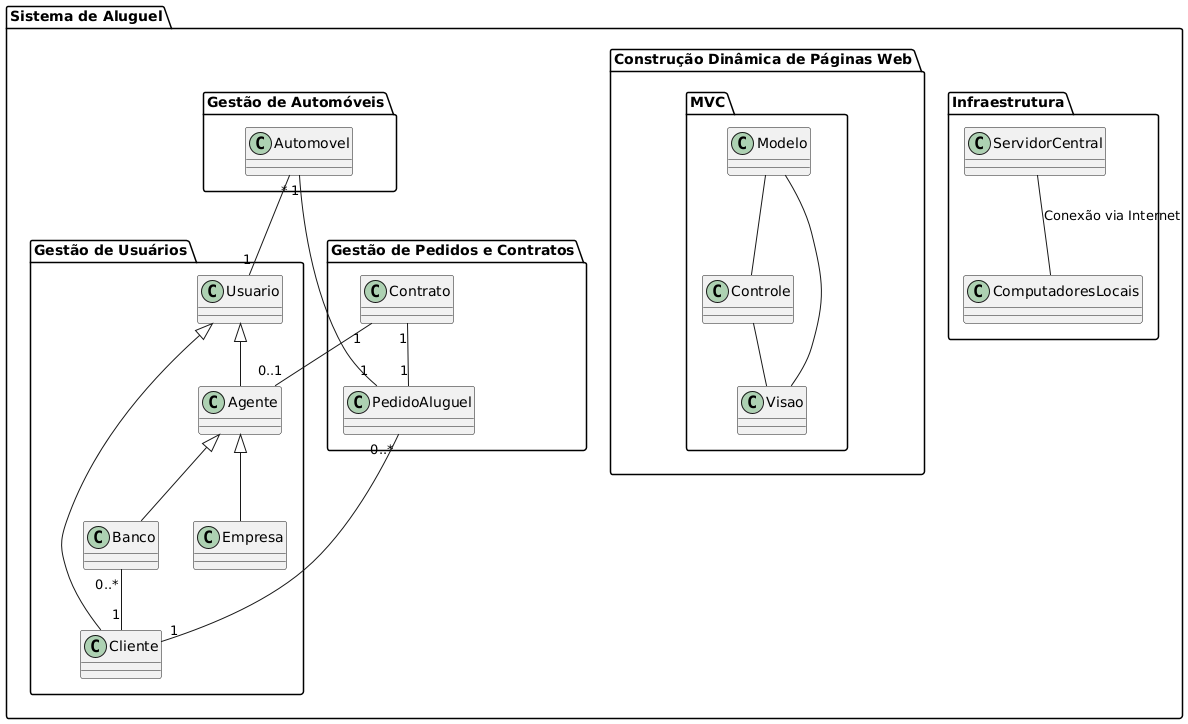
Earlier version of the PlantUML export project/img/packagediagram.png (iannovais/LDS-aluguel-de-veiculos). The source it was exported from:
```plantuml
@startuml
package "Sistema de Aluguel" {
    package "Gestão de Pedidos e Contratos" {
        class PedidoAluguel
        class Contrato
    }

    package "Gestão de Automóveis" {
        class Automovel
    }

    package "Gestão de Usuários" {
        class Usuario
        class Cliente
        class Agente
        class Banco
        class Empresa
    }

    package "Construção Dinâmica de Páginas Web" {
        package "MVC" {
            class Modelo
            class Visao
            class Controle
        }
    }

    package "Infraestrutura" {
        class ServidorCentral
        class ComputadoresLocais
    }
}

Usuario <|-- Cliente
Usuario <|-- Agente
Agente <|-- Banco
Agente <|-- Empresa

Cliente "1" -- "0..*" PedidoAluguel
PedidoAluguel "1" -- "1" Automovel
Automovel "*" -- "1" Usuario
Contrato "1" -- "0..1" Agente
Contrato "1" -- "1" PedidoAluguel
Banco "0..*" -- "1" Cliente

ServidorCentral -- ComputadoresLocais : Conexão via Internet

Modelo -- Controle
Controle -- Visao
Visao -- Modelo
@enduml
```
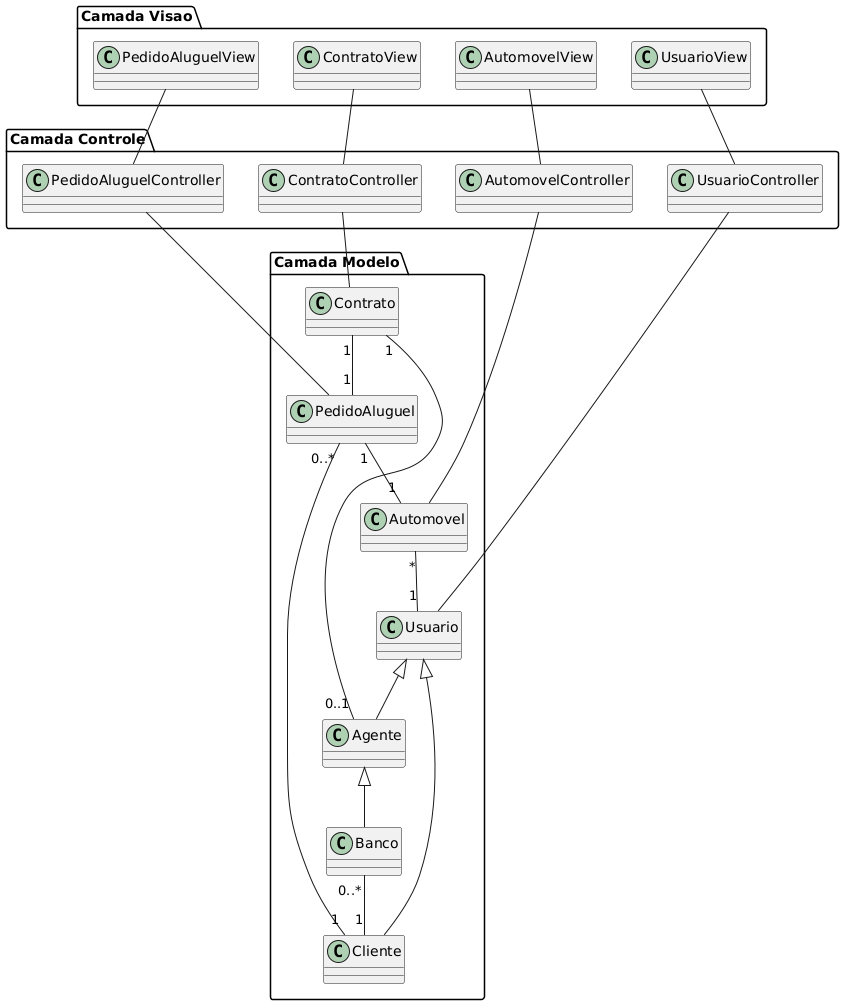
After the change.

The edit, as a diff of the source:
```diff
@@ -1,40 +1,31 @@
 @startuml
-package "Sistema de Aluguel" {
-    package "Gestão de Pedidos e Contratos" {
-        class PedidoAluguel
-        class Contrato
-    }
+package "Camada Modelo" {
+    class PedidoAluguel
+    class Contrato
+    class Automovel
+    class Usuario
+    class Cliente
+    class Agente
+    class Banco
+}
 
-    package "Gestão de Automóveis" {
-        class Automovel
-    }
+package "Camada Controle" {
+    class PedidoAluguelController
+    class ContratoController
+    class AutomovelController
+    class UsuarioController
+}
 
-    package "Gestão de Usuários" {
-        class Usuario
-        class Cliente
-        class Agente
-        class Banco
-        class Empresa
-    }
-
-    package "Construção Dinâmica de Páginas Web" {
-        package "MVC" {
-            class Modelo
-            class Visao
-            class Controle
-        }
-    }
-
-    package "Infraestrutura" {
-        class ServidorCentral
-        class ComputadoresLocais
-    }
+package "Camada Visao" {
+    class PedidoAluguelView
+    class ContratoView
+    class AutomovelView
+    class UsuarioView
 }
 
 Usuario <|-- Cliente
 Usuario <|-- Agente
 Agente <|-- Banco
-Agente <|-- Empresa
 
 Cliente "1" -- "0..*" PedidoAluguel
 PedidoAluguel "1" -- "1" Automovel
@@ -43,9 +34,13 @@
 Contrato "1" -- "1" PedidoAluguel
 Banco "0..*" -- "1" Cliente
 
-ServidorCentral -- ComputadoresLocais : Conexão via Internet
+PedidoAluguelController -- PedidoAluguel
+ContratoController -- Contrato
+AutomovelController -- Automovel
+UsuarioController -- Usuario
 
-Modelo -- Controle
-Controle -- Visao
-Visao -- Modelo
+PedidoAluguelView -- PedidoAluguelController
+ContratoView -- ContratoController
+AutomovelView -- AutomovelController
+UsuarioView -- UsuarioController
 @enduml
```
